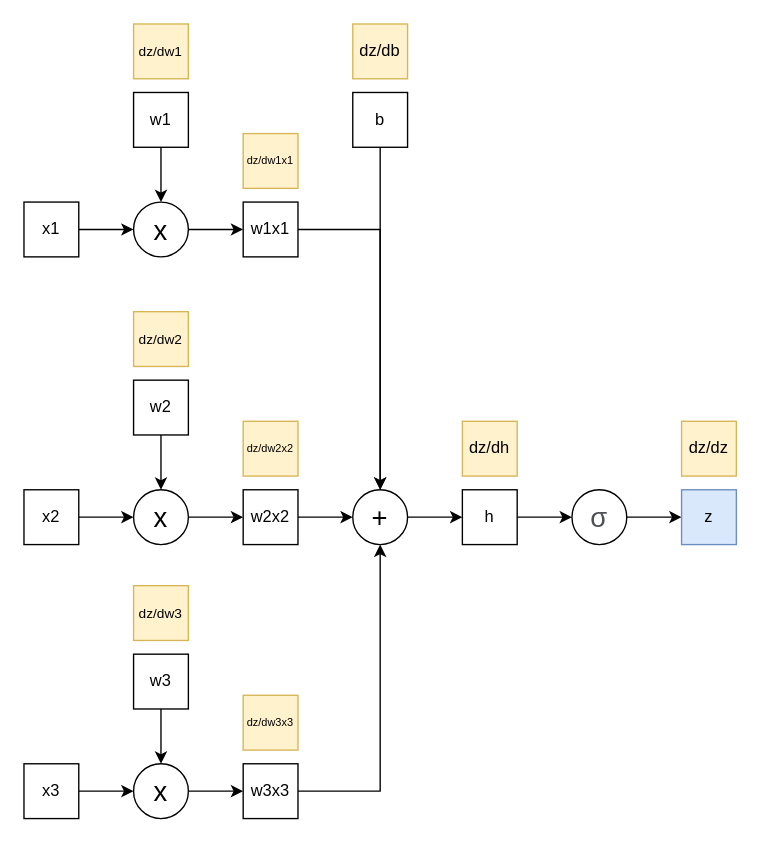
Earlier version of the draw.io diagram perceptron.drawio (lsc4719/MyViewOfComputationalGraphs). Source tidied: cells renumbered, new cells numbered last; positions are measured from the earlier drawing's top-left corner, leaving out a move shared by most shapes. Both pictures are drawn from the tidied source at 137%, with x=0, y=0 at pixel (23, 23).
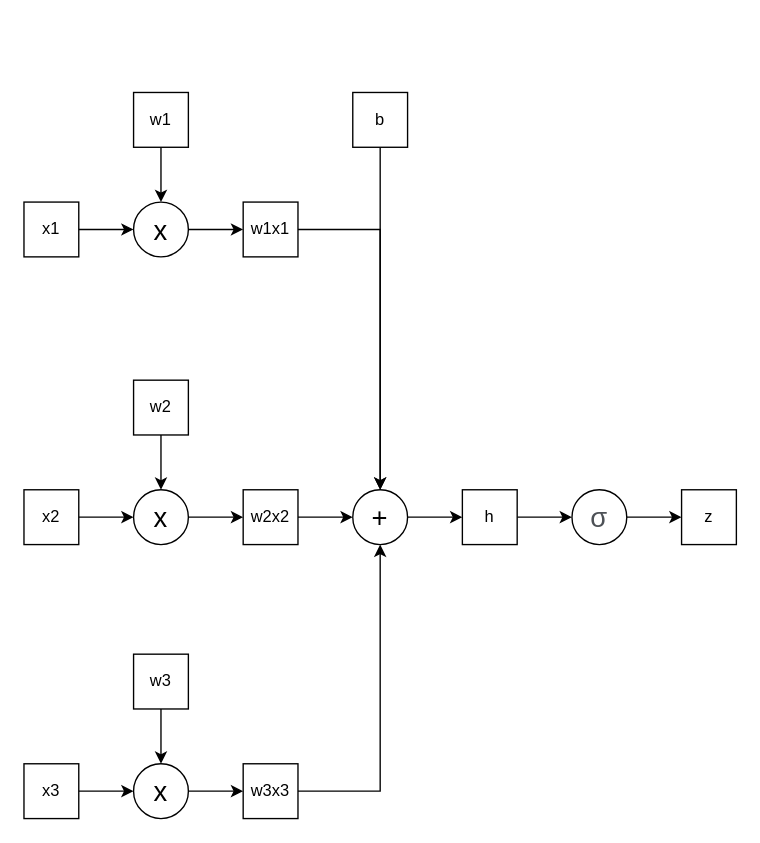
The same page after the edit.

Diff of the diagram source:
```diff
@@
-    <mxCell id="6" value="dz/dw1" style="whiteSpace=wrap;html=1;fontSize=10;fillColor=#fff2cc;strokeColor=#d6b656;" parent="1" vertex="1">
-      <mxGeometry x="80" width="40" height="40" as="geometry" />
-    </mxCell>
@@
-    <mxCell id="11" value="dz/dw1x1" style="whiteSpace=wrap;html=1;fontSize=8;fillColor=#fff2cc;strokeColor=#d6b656;" parent="1" vertex="1">
-      <mxGeometry x="160" y="80" width="40" height="40" as="geometry" />
-    </mxCell>
@@
-    <mxCell id="16" value="dz/dw2" style="whiteSpace=wrap;html=1;fontSize=10;fillColor=#fff2cc;strokeColor=#d6b656;" parent="1" vertex="1">
-      <mxGeometry x="80" y="210" width="40" height="40" as="geometry" />
-    </mxCell>
@@
-    <mxCell id="21" value="dz/dw2x2" style="whiteSpace=wrap;html=1;fontSize=8;fillColor=#fff2cc;strokeColor=#d6b656;" parent="1" vertex="1">
-      <mxGeometry x="160" y="290" width="40" height="40" as="geometry" />
-    </mxCell>
@@
-    <mxCell id="26" value="dz/dw3" style="whiteSpace=wrap;html=1;fontSize=10;fillColor=#fff2cc;strokeColor=#d6b656;" parent="1" vertex="1">
-      <mxGeometry x="80" y="410" width="40" height="40" as="geometry" />
-    </mxCell>
@@
-    <mxCell id="31" value="dz/dw3x3" style="whiteSpace=wrap;html=1;fontSize=8;fillColor=#fff2cc;strokeColor=#d6b656;" parent="1" vertex="1">
-      <mxGeometry x="160" y="490" width="40" height="40" as="geometry" />
-    </mxCell>
@@
-    <mxCell id="36" value="dz/db" style="whiteSpace=wrap;html=1;fillColor=#fff2cc;strokeColor=#d6b656;" parent="1" vertex="1">
-      <mxGeometry x="240" width="40" height="40" as="geometry" />
-    </mxCell>
@@
-    <mxCell id="39" value="dz/dh" style="whiteSpace=wrap;html=1;fillColor=#fff2cc;strokeColor=#d6b656;" parent="1" vertex="1">
-      <mxGeometry x="320" y="290" width="40" height="40" as="geometry" />
-    </mxCell>
@@
-    <mxCell id="42" value="z" style="whiteSpace=wrap;html=1;fillColor=#dae8fc;strokeColor=#6c8ebf;" parent="1" vertex="1">
+    <mxCell id="42" value="z" style="whiteSpace=wrap;html=1;" parent="1" vertex="1">
       <mxGeometry x="480" y="340" width="40" height="40" as="geometry" />
     </mxCell>
-    <mxCell id="43" value="dz/dz" style="whiteSpace=wrap;html=1;fillColor=#fff2cc;strokeColor=#d6b656;" parent="1" vertex="1">
-      <mxGeometry x="480" y="290" width="40" height="40" as="geometry" />
-    </mxCell>
```
